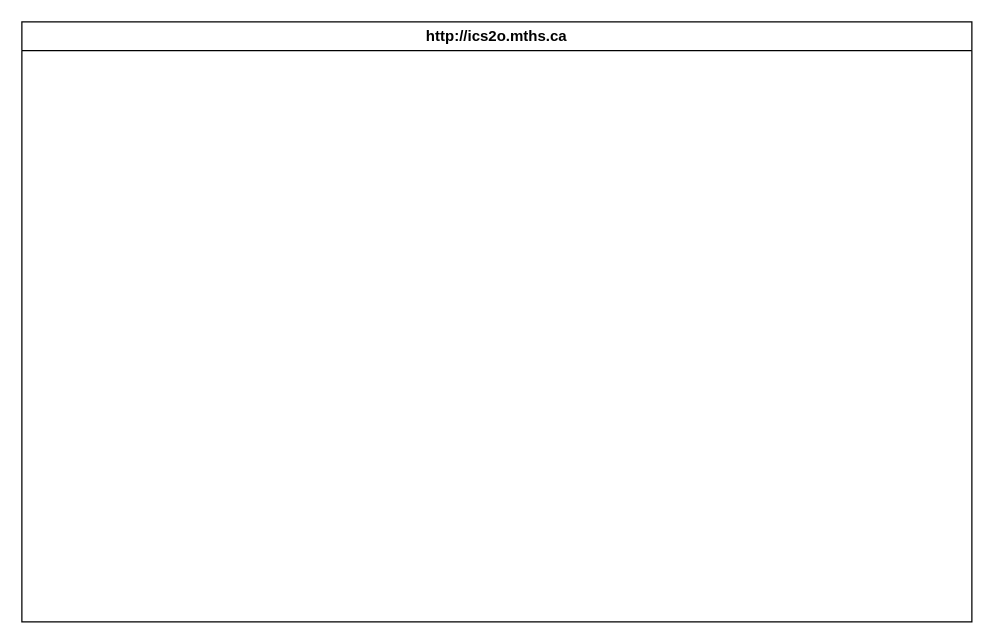
Above: design/storyboard.drawio in MTHS-ICD2O-1-2023/ICD2O-Unit-3-04-jinyuzhe-calista-e (draw.io), before the change. Source tidied: cells renumbered, new cells numbered last; positions are measured from the earlier drawing's top-left corner, leaving out a move shared by most shapes. Both pictures are drawn from the tidied source at 125%, with x=0, y=0 at pixel (21, 21).
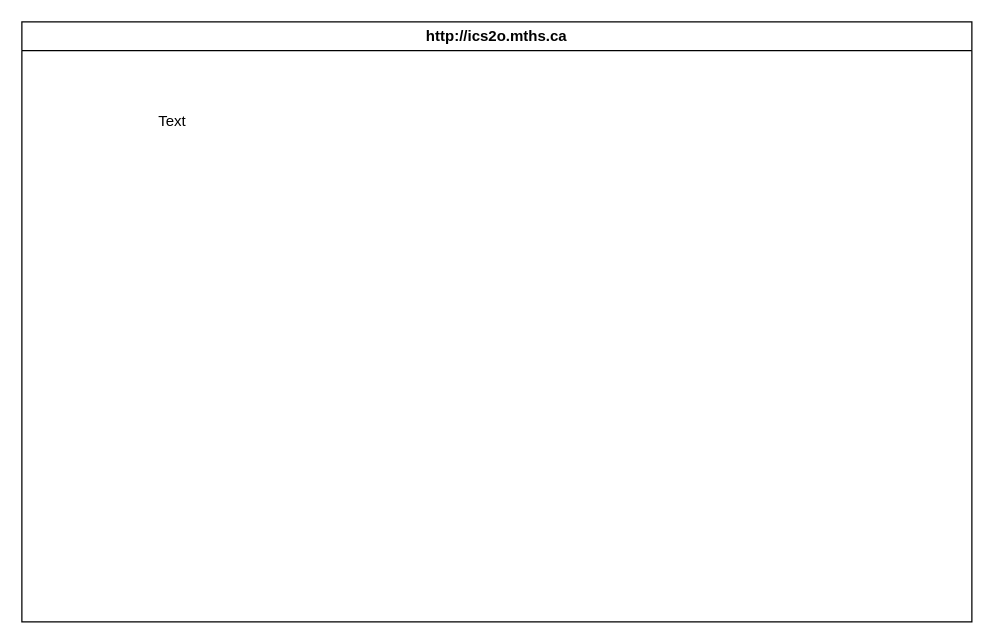
The same diagram, later.

The edit, as a diff of the source:
```diff
@@
 <mxGraphModel>
   <root>
     <mxCell id="0" />
     <mxCell id="1" parent="0" />
     <mxCell id="2" value="http://ics2o.mths.ca" style="swimlane;whiteSpace=wrap;html=1;" parent="1" vertex="1">
       <mxGeometry width="760" height="480" as="geometry" />
     </mxCell>
+    <mxCell id="3" value="Text" style="text;html=1;align=center;verticalAlign=middle;strokeColor=none;fillColor=none;" parent="1" vertex="1">
+      <mxGeometry x="95" y="65" width="50" height="30" as="geometry" />
+    </mxCell>
   </root>
 </mxGraphModel>
```
